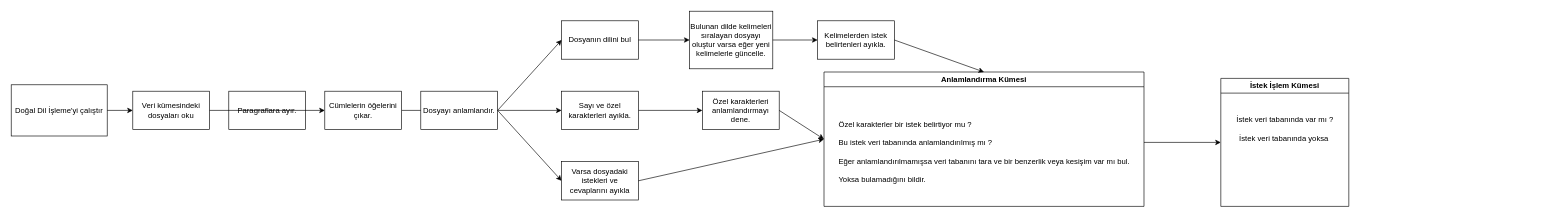
Earlier version of the draw.io diagram src/Untitled Diagram.drawio (omer-yakici/Dogal_Dil_Isleme). Source tidied: cells renumbered, new cells numbered last; positions are measured from the earlier drawing's top-left corner, leaving out a move shared by most shapes. Both pictures are drawn from the tidied source at 64%, with x=0, y=0 at pixel (11, 11).
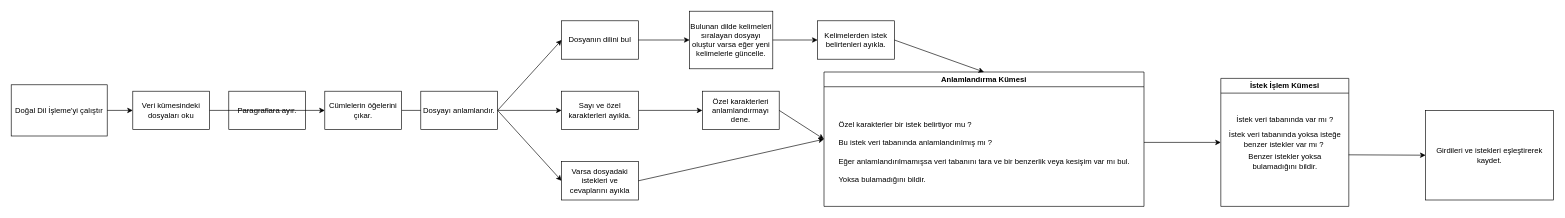
Above is the later version.

Commit message:
DDİ-Eğitim Akışı

Unchanged cells that the change refers to:
```xml
<mxCell id="28" value="İstek İşlem Kümesi" style="swimlane;whiteSpace=wrap;html=1;" parent="1" vertex="1">
  <mxGeometry x="1890" y="105" width="200" height="200" as="geometry" />
</mxCell>
```

What changed in the source:
```diff
@@
-    <mxCell id="30" value="İstek veri tabanında yoksa&amp;nbsp;" style="text;html=1;align=center;verticalAlign=middle;points=[];strokeColor=none;fillColor=none;" parent="28" vertex="1">
-      <mxGeometry x="15" y="80" width="170" height="30" as="geometry" />
+    <mxCell id="30" value="İstek veri tabanında yoksa isteğe &lt;br&gt;benzer istekler var mı ?&amp;nbsp;" style="text;html=1;align=center;verticalAlign=middle;points=[];strokeColor=none;fillColor=none;" parent="28" vertex="1">
+      <mxGeometry y="75" width="200" height="40" as="geometry" />
     </mxCell>
+    <mxCell id="31" value="Benzer istekler yoksa &lt;br&gt;bulamadığını bildir." style="text;html=1;align=center;verticalAlign=middle;strokeColor=none;fillColor=none;" parent="28" vertex="1">
+      <mxGeometry x="30" y="110" width="140" height="40" as="geometry" />
+    </mxCell>
+    <mxCell id="32" value="Girdileri ve istekleri eşleştirerek kaydet." style="rounded=0;whiteSpace=wrap;html=1;" parent="1" vertex="1">
+      <mxGeometry x="2210" y="155" width="200" height="140" as="geometry" />
+    </mxCell>
+    <mxCell id="33" style="endArrow=classic;html=1;rounded=0;exitX=0.999;exitY=1.11;exitDx=0;exitDy=0;exitPerimeter=0;" parent="1" edge="1" source="30">
+      <mxGeometry relative="1" as="geometry">
+        <mxPoint x="2210" y="225" as="targetPoint" />
+      </mxGeometry>
+    </mxCell>
```
